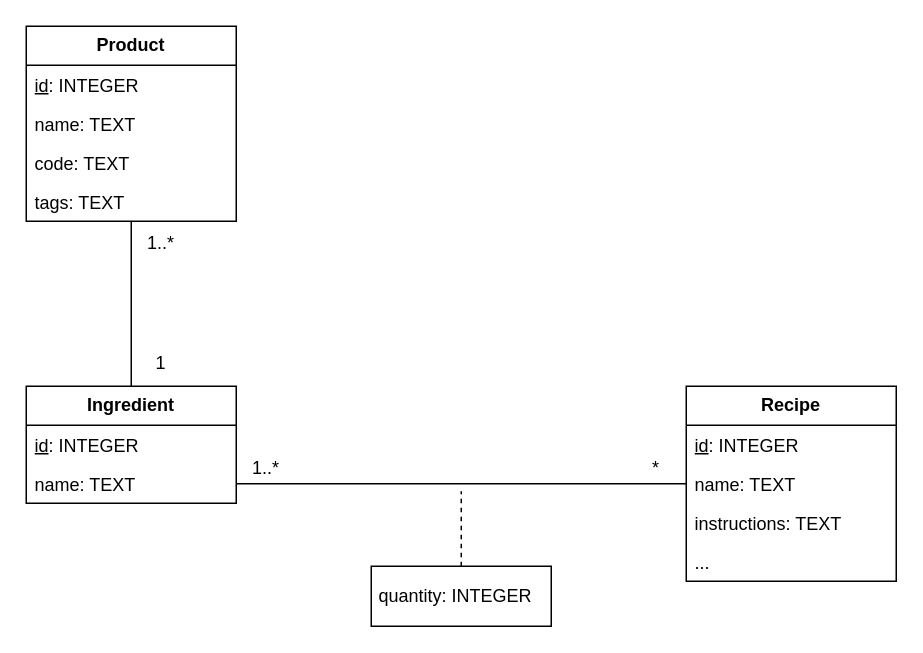
The draw.io diagram doc/db-schema.drawio in pdg-16-2025/homeal, before the edit. Source tidied: cells renumbered, new cells numbered last; positions are measured from the earlier drawing's top-left corner, leaving out a move shared by most shapes. Both pictures are drawn from the tidied source at 150%, with x=0, y=0 at pixel (26, 26).
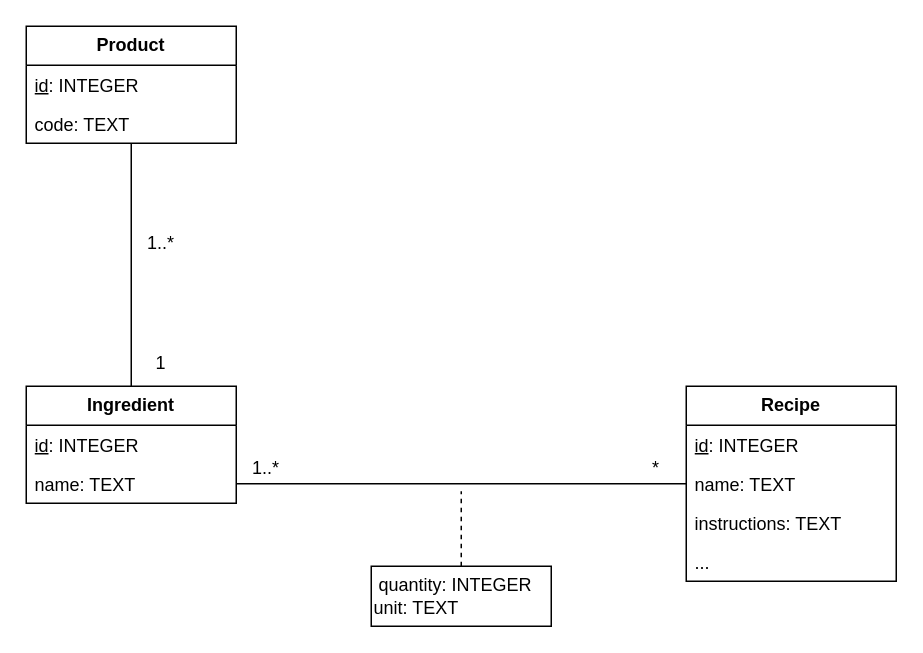
The same diagram, later.

The edit, as a diff of the source:
```diff
@@
     <mxCell id="3" value="&lt;b&gt;Product&lt;/b&gt;" style="swimlane;fontStyle=0;horizontal=1;startSize=26;fillColor=none;whiteSpace=wrap;html=1;" parent="1" vertex="1">
-      <mxGeometry width="140" height="130" as="geometry" />
+      <mxGeometry width="140" height="78" as="geometry" />
     </mxCell>
@@
-    <mxCell id="5" value="name: TEXT" style="text;strokeColor=none;fillColor=none;align=left;verticalAlign=top;spacingLeft=4;spacingRight=4;overflow=hidden;whiteSpace=wrap;html=1;" parent="3" vertex="1">
-      <mxGeometry y="52" width="140" height="26" as="geometry" />
-    </mxCell>
     <mxCell id="6" value="&lt;div&gt;code: TEXT&lt;/div&gt;" style="text;strokeColor=none;fillColor=none;align=left;verticalAlign=top;spacingLeft=4;spacingRight=4;overflow=hidden;whiteSpace=wrap;html=1;" parent="3" vertex="1">
-      <mxGeometry y="78" width="140" height="26" as="geometry" />
+      <mxGeometry y="52" width="140" height="26" as="geometry" />
     </mxCell>
-    <mxCell id="7" value="tags: TEXT" style="text;strokeColor=none;fillColor=none;align=left;verticalAlign=top;spacingLeft=4;spacingRight=4;overflow=hidden;whiteSpace=wrap;html=1;" parent="3" vertex="1">
-      <mxGeometry y="104" width="140" height="26" as="geometry" />
-    </mxCell>
@@
-    <mxCell id="22" value="&amp;nbsp;quantity: INTEGER" style="rounded=0;whiteSpace=wrap;html=1;fillColor=none;align=left;" parent="1" vertex="1">
+    <mxCell id="22" value="&lt;div&gt;&amp;nbsp;quantity: INTEGER&lt;/div&gt;&lt;div&gt;unit: TEXT&lt;/div&gt;" style="rounded=0;whiteSpace=wrap;html=1;fillColor=none;align=left;" parent="1" vertex="1">
       <mxGeometry x="230" y="360" width="120" height="40" as="geometry" />
     </mxCell>
```
